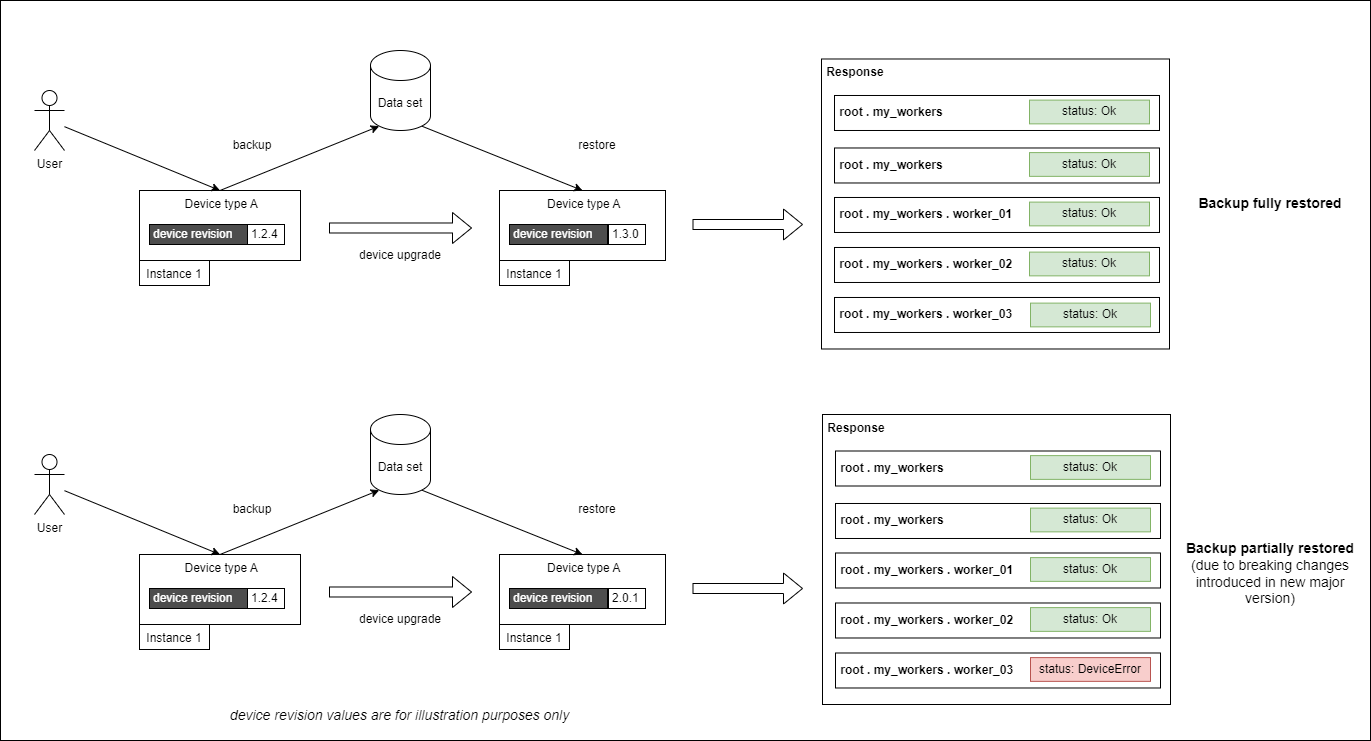
The draw.io diagram docs/images/restoring-same-dev-different-dev-rev.png in AMWA-TV/is-device-configuration, before a commit. Source tidied: cells renumbered, new cells last; positions are measured from the earlier drawing's top-left corner, leaving out a move shared by most shapes.
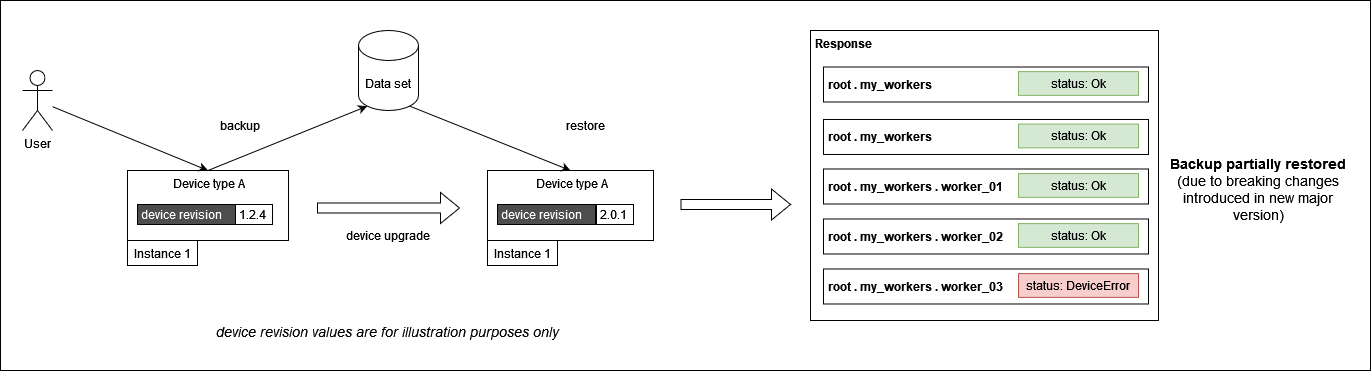
Above is the later version.

Commit message:
Introduce definitions and simplify structure

What changed in the source:
```diff
@@ -3,62 +3,8 @@
     <mxCell id="0" />
     <mxCell id="1" parent="0" />
     <mxCell id="2" style="rounded=0;whiteSpace=wrap;html=1;" parent="1" vertex="1">
-      <mxGeometry width="1370" height="740" as="geometry" />
+      <mxGeometry x="12" y="384" width="1370" height="370" as="geometry" />
     </mxCell>
-    <mxCell id="3" value="&amp;nbsp;Device type A" style="rounded=0;whiteSpace=wrap;html=1;align=center;verticalAlign=top;" parent="1" vertex="1">
-      <mxGeometry x="139" y="190" width="161" height="70" as="geometry" />
-    </mxCell>
-    <mxCell id="4" value="device revision" style="rounded=0;whiteSpace=wrap;html=1;align=left;fillColor=#4D4D4D;fontColor=#FFFFFF;spacingLeft=2;" parent="1" vertex="1">
-      <mxGeometry x="149" y="224" width="98" height="20" as="geometry" />
-    </mxCell>
-    <mxCell id="5" value="User" style="shape=umlActor;verticalLabelPosition=bottom;verticalAlign=top;html=1;outlineConnect=0;" parent="1" vertex="1">
-      <mxGeometry x="34" y="90" width="30" height="60" as="geometry" />
-    </mxCell>
-    <mxCell id="6" style="endArrow=classic;html=1;rounded=0;entryX=0.5;entryY=0;entryDx=0;entryDy=0;" parent="1" edge="1" source="5" target="3">
-      <mxGeometry relative="1" as="geometry" />
-    </mxCell>
-    <mxCell id="7" value="Data set" style="shape=cylinder3;whiteSpace=wrap;html=1;boundedLbl=1;backgroundOutline=1;size=15;" parent="1" vertex="1">
-      <mxGeometry x="370" y="50" width="60" height="80" as="geometry" />
-    </mxCell>
-    <mxCell id="8" style="endArrow=classic;html=1;rounded=0;entryX=0.145;entryY=1;entryDx=0;entryDy=-4.35;entryPerimeter=0;exitX=0.5;exitY=0;exitDx=0;exitDy=0;" parent="1" edge="1" source="3" target="7">
-      <mxGeometry relative="1" as="geometry" />
-    </mxCell>
-    <mxCell id="9" value="&amp;nbsp;Device type A" style="rounded=0;whiteSpace=wrap;html=1;align=center;verticalAlign=top;" parent="1" vertex="1">
-      <mxGeometry x="499" y="190" width="166" height="70" as="geometry" />
-    </mxCell>
-    <mxCell id="10" value="device revision" style="rounded=0;whiteSpace=wrap;html=1;align=left;fillColor=#4D4D4D;fontColor=#FFFFFF;spacingLeft=2;strokeColor=default;verticalAlign=middle;fontFamily=Helvetica;fontSize=12;" parent="1" vertex="1">
-      <mxGeometry x="509" y="224" width="98" height="20" as="geometry" />
-    </mxCell>
-    <mxCell id="11" value="1.3.0" style="rounded=0;whiteSpace=wrap;html=1;align=left;spacingLeft=2;" parent="1" vertex="1">
-      <mxGeometry x="608" y="224" width="37" height="20" as="geometry" />
-    </mxCell>
-    <mxCell id="12" style="shape=flexArrow;endArrow=classic;html=1;rounded=0;exitX=1;exitY=0.5;exitDx=0;exitDy=0;width=10;" parent="1" edge="1">
-      <mxGeometry relative="1" as="geometry">
-        <mxPoint x="328.5" y="227.5" as="sourcePoint" />
-        <mxPoint x="471.5" y="227.5" as="targetPoint" />
-      </mxGeometry>
-    </mxCell>
-    <mxCell id="13" value="device upgrade" style="text;html=1;align=center;verticalAlign=middle;whiteSpace=wrap;rounded=0;" parent="1" vertex="1">
-      <mxGeometry x="330" y="246.5" width="140" height="17" as="geometry" />
-    </mxCell>
-    <mxCell id="14" style="endArrow=classic;html=1;rounded=0;entryX=0.5;entryY=0;entryDx=0;entryDy=0;exitX=0.855;exitY=1;exitDx=0;exitDy=-4.35;exitPerimeter=0;" parent="1" edge="1" source="7" target="9">
-      <mxGeometry relative="1" as="geometry" />
-    </mxCell>
-    <mxCell id="15" value="backup" style="text;html=1;align=center;verticalAlign=middle;whiteSpace=wrap;rounded=0;" parent="1" vertex="1">
-      <mxGeometry x="182" y="130" width="140" height="30" as="geometry" />
-    </mxCell>
-    <mxCell id="16" value="restore" style="text;html=1;align=center;verticalAlign=middle;whiteSpace=wrap;rounded=0;" parent="1" vertex="1">
-      <mxGeometry x="527" y="130" width="140" height="30" as="geometry" />
-    </mxCell>
-    <mxCell id="17" style="shape=flexArrow;endArrow=classic;html=1;rounded=0;exitX=1;exitY=0.5;exitDx=0;exitDy=0;width=10;" parent="1" edge="1">
-      <mxGeometry relative="1" as="geometry">
-        <mxPoint x="692" y="224" as="sourcePoint" />
-        <mxPoint x="802.5" y="224" as="targetPoint" />
-      </mxGeometry>
-    </mxCell>
-    <mxCell id="18" value="1.2.4" style="rounded=0;whiteSpace=wrap;html=1;align=left;spacingLeft=2;" parent="1" vertex="1">
-      <mxGeometry x="247" y="224" width="37" height="20" as="geometry" />
-    </mxCell>
     <mxCell id="19" value="&amp;nbsp;Device type A" style="rounded=0;whiteSpace=wrap;html=1;align=center;verticalAlign=top;" parent="1" vertex="1">
       <mxGeometry x="139" y="554" width="161" height="70" as="geometry" />
     </mxCell>
@@ -146,51 +92,9 @@
     <mxCell id="45" value="1.2.4" style="rounded=0;whiteSpace=wrap;html=1;align=left;spacingLeft=2;" parent="1" vertex="1">
       <mxGeometry x="247" y="588" width="37" height="20" as="geometry" />
     </mxCell>
-    <mxCell id="46" value="Backup fully restored" style="text;html=1;align=center;verticalAlign=middle;whiteSpace=wrap;rounded=0;fontStyle=1;fontSize=14;" parent="1" vertex="1">
-      <mxGeometry x="1180" y="188.5" width="180" height="30" as="geometry" />
-    </mxCell>
     <mxCell id="47" value="Backup partially restored &lt;span style=&quot;font-weight: normal;&quot;&gt;(due to breaking changes introduced in new major version)&lt;/span&gt;" style="text;html=1;align=center;verticalAlign=middle;whiteSpace=wrap;rounded=0;fontStyle=1;fontSize=14;" parent="1" vertex="1">
       <mxGeometry x="1180" y="531.4" width="180" height="82.9" as="geometry" />
     </mxCell>
-    <mxCell id="48" value="&lt;div&gt;&lt;b style=&quot;background-color: initial;&quot;&gt;&amp;nbsp;Response&lt;/b&gt;&lt;br&gt;&lt;/div&gt;" style="rounded=0;whiteSpace=wrap;html=1;align=left;verticalAlign=top;" parent="1" vertex="1">
-      <mxGeometry x="821" y="58.5" width="348" height="290" as="geometry" />
-    </mxCell>
-    <mxCell id="49" value="&amp;nbsp;root . my_workers" style="rounded=0;whiteSpace=wrap;html=1;align=left;fontStyle=1;" parent="1" vertex="1">
-      <mxGeometry x="834" y="147.5" width="325" height="35" as="geometry" />
-    </mxCell>
-    <mxCell id="50" value="&amp;nbsp;root . my_workers . worker_01" style="rounded=0;whiteSpace=wrap;html=1;align=left;fontStyle=1;" parent="1" vertex="1">
-      <mxGeometry x="834" y="197" width="325" height="35" as="geometry" />
-    </mxCell>
-    <mxCell id="51" value="&amp;nbsp;root . my_workers . worker_02" style="rounded=0;whiteSpace=wrap;html=1;align=left;fontStyle=1;" parent="1" vertex="1">
-      <mxGeometry x="834" y="247" width="325" height="35" as="geometry" />
-    </mxCell>
-    <mxCell id="52" value="&amp;nbsp;root . my_workers . worker_03" style="rounded=0;whiteSpace=wrap;html=1;align=left;fontStyle=1;" parent="1" vertex="1">
-      <mxGeometry x="834" y="297" width="325" height="35" as="geometry" />
-    </mxCell>
-    <mxCell id="53" value="&amp;nbsp;root . my_workers" style="rounded=0;whiteSpace=wrap;html=1;align=left;fontStyle=1;" parent="1" vertex="1">
-      <mxGeometry x="834" y="95" width="325" height="35" as="geometry" />
-    </mxCell>
-    <mxCell id="54" value="status: Ok" style="rounded=0;whiteSpace=wrap;html=1;fillColor=#d5e8d4;strokeColor=#82b366;" parent="1" vertex="1">
-      <mxGeometry x="1029" y="99.6" width="120" height="23.8" as="geometry" />
-    </mxCell>
-    <mxCell id="55" value="status: Ok" style="rounded=0;whiteSpace=wrap;html=1;strokeColor=#82b366;align=center;verticalAlign=middle;fontFamily=Helvetica;fontSize=12;fontColor=default;fillColor=#d5e8d4;" parent="1" vertex="1">
-      <mxGeometry x="1029" y="152.1" width="120" height="23.8" as="geometry" />
-    </mxCell>
-    <mxCell id="56" value="status: Ok" style="rounded=0;whiteSpace=wrap;html=1;strokeColor=#82b366;align=center;verticalAlign=middle;fontFamily=Helvetica;fontSize=12;fontColor=default;fillColor=#d5e8d4;" parent="1" vertex="1">
-      <mxGeometry x="1029" y="201.6" width="120" height="23.8" as="geometry" />
-    </mxCell>
-    <mxCell id="57" value="status: Ok" style="rounded=0;whiteSpace=wrap;html=1;strokeColor=#82b366;align=center;verticalAlign=middle;fontFamily=Helvetica;fontSize=12;fontColor=default;fillColor=#d5e8d4;" parent="1" vertex="1">
-      <mxGeometry x="1029" y="251.6" width="120" height="23.8" as="geometry" />
-    </mxCell>
-    <mxCell id="58" value="status: Ok" style="rounded=0;whiteSpace=wrap;html=1;strokeColor=#82b366;align=center;verticalAlign=middle;fontFamily=Helvetica;fontSize=12;fontColor=default;fillColor=#d5e8d4;" parent="1" vertex="1">
-      <mxGeometry x="1030" y="302.6" width="120" height="23.8" as="geometry" />
-    </mxCell>
-    <mxCell id="59" value="Instance 1" style="rounded=0;whiteSpace=wrap;html=1;align=center;verticalAlign=top;" parent="1" vertex="1">
-      <mxGeometry x="139" y="260" width="70" height="25" as="geometry" />
-    </mxCell>
-    <mxCell id="60" value="Instance 1" style="rounded=0;whiteSpace=wrap;html=1;align=center;verticalAlign=top;" parent="1" vertex="1">
-      <mxGeometry x="499" y="260" width="70" height="25" as="geometry" />
-    </mxCell>
     <mxCell id="61" value="Instance 1" style="rounded=0;whiteSpace=wrap;html=1;align=center;verticalAlign=top;" parent="1" vertex="1">
       <mxGeometry x="139" y="624" width="70" height="25" as="geometry" />
     </mxCell>
```
